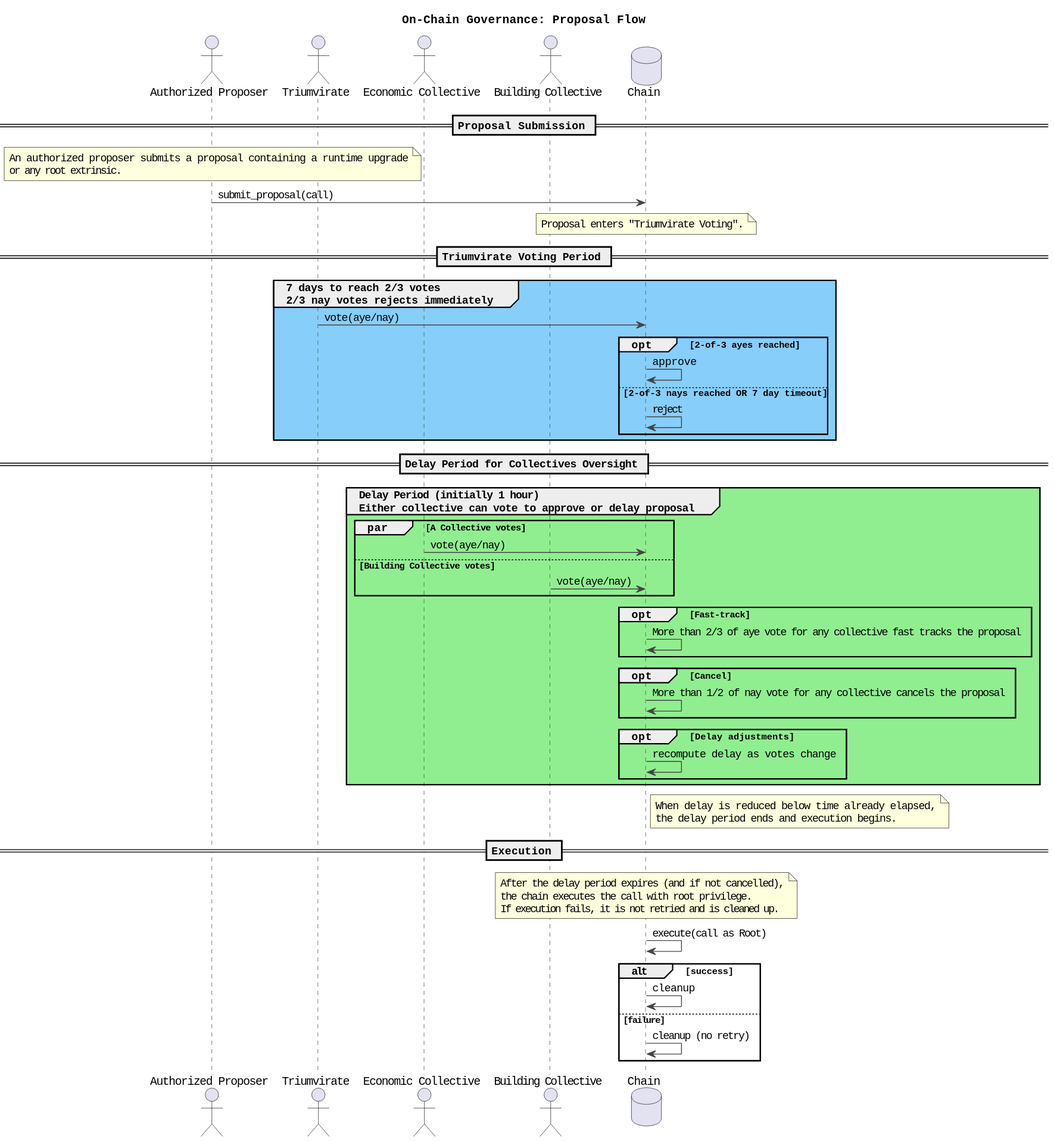
latent-to/developer-docs keeps this PlantUML diagram as static/img/docs/proposal-flow.svg. Above is the earlier version.
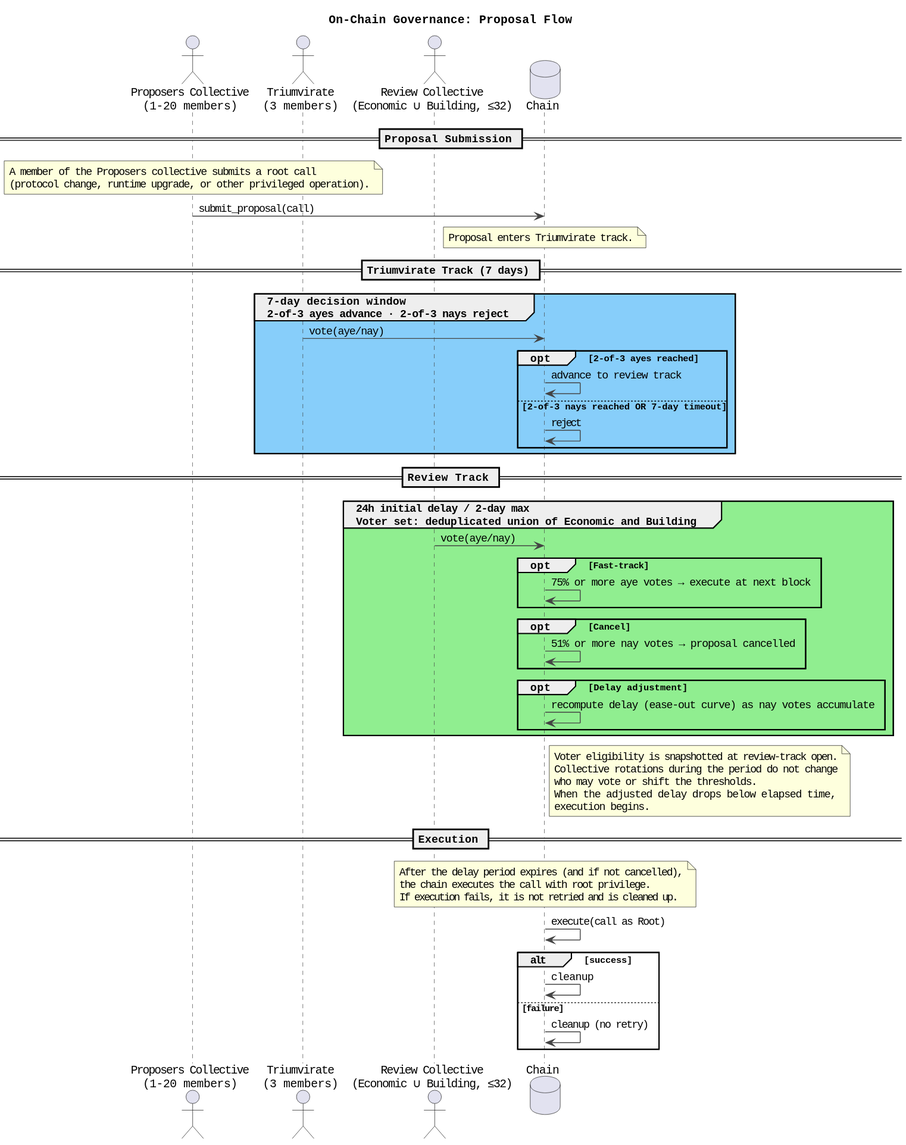
The same file after the commit.

Change to the diagram source:
```diff
@@ -10,61 +10,60 @@
   ArrowColor #444444
 }
 
-actor "Authorized Proposer" as P
-actor "Triumvirate" as T
-actor "Economic Collective" as EC
-actor "Building Collective" as BC
+actor "Proposers Collective\n(1-20 members)" as P
+actor "Triumvirate\n(3 members)" as T
+actor "Review Collective\n(Economic ∪ Building, ≤32)" as RC
 database "Chain" as C
 
 == Proposal Submission ==
 note over P
-An authorized proposer submits a proposal containing a runtime upgrade
-or any root extrinsic.
+A member of the Proposers collective submits a root call
+(protocol change, runtime upgrade, or other privileged operation).
 end note
 P -> C: submit_proposal(call)
 
 note over C
-Proposal enters "Triumvirate Voting".
+Proposal enters Triumvirate track.
 end note
 
-== Triumvirate Voting Period ==
-group #LightSkyBlue 7 days to reach 2/3 votes\n2/3 nay votes rejects immediately
+== Triumvirate Track (7 days) ==
+group #LightSkyBlue 7-day decision window\n2-of-3 ayes advance · 2-of-3 nays reject
   T -> C: vote(aye/nay)
 
   opt 2-of-3 ayes reached
-    C -> C: approve
+    C -> C: advance to review track
 
-  else 2-of-3 nays reached OR 7 day timeout
+  else 2-of-3 nays reached OR 7-day timeout
     C -> C: reject
   end
 end group
 
-== Delay Period for Collectives Oversight ==
+== Review Track ==
 
-group #LightGreen Delay Period (initially 1 hour)\nEither collective can vote to approve or delay proposal
-  par A Collective votes
-    EC -> C: vote(aye/nay)
-  else Building Collective votes
-    BC -> C: vote(aye/nay)
-  end
+group #LightGreen 24h initial delay / 2-day max\nVoter set: deduplicated union of Economic and Building
+  RC -> C: vote(aye/nay)
 
   opt Fast-track
-    C -> C: More than 2/3 of aye vote for any collective fast tracks the proposal
-
+    C -> C: 75% or more aye votes → execute at next block
   end
 
   opt Cancel
-    C -> C: More than 1/2 of nay vote for any collective cancels the proposal
+    C -> C: 51% or more nay votes → proposal cancelled
   end
 
-  opt Delay adjustments
-    C -> C: recompute delay as votes change
+  opt Delay adjustment
+    C -> C: recompute delay (ease-out curve) as nay votes accumulate
   end
 end group
+
 note right of C
-When delay is reduced below time already elapsed,
-the delay period ends and execution begins.
+Voter eligibility is snapshotted at review-track open.
+Collective rotations during the period do not change
+who may vote or shift the thresholds.
+When the adjusted delay drops below elapsed time,
+execution begins.
 end note
+
 == Execution ==
 note over C
 After the delay period expires (and if not cancelled),
```
